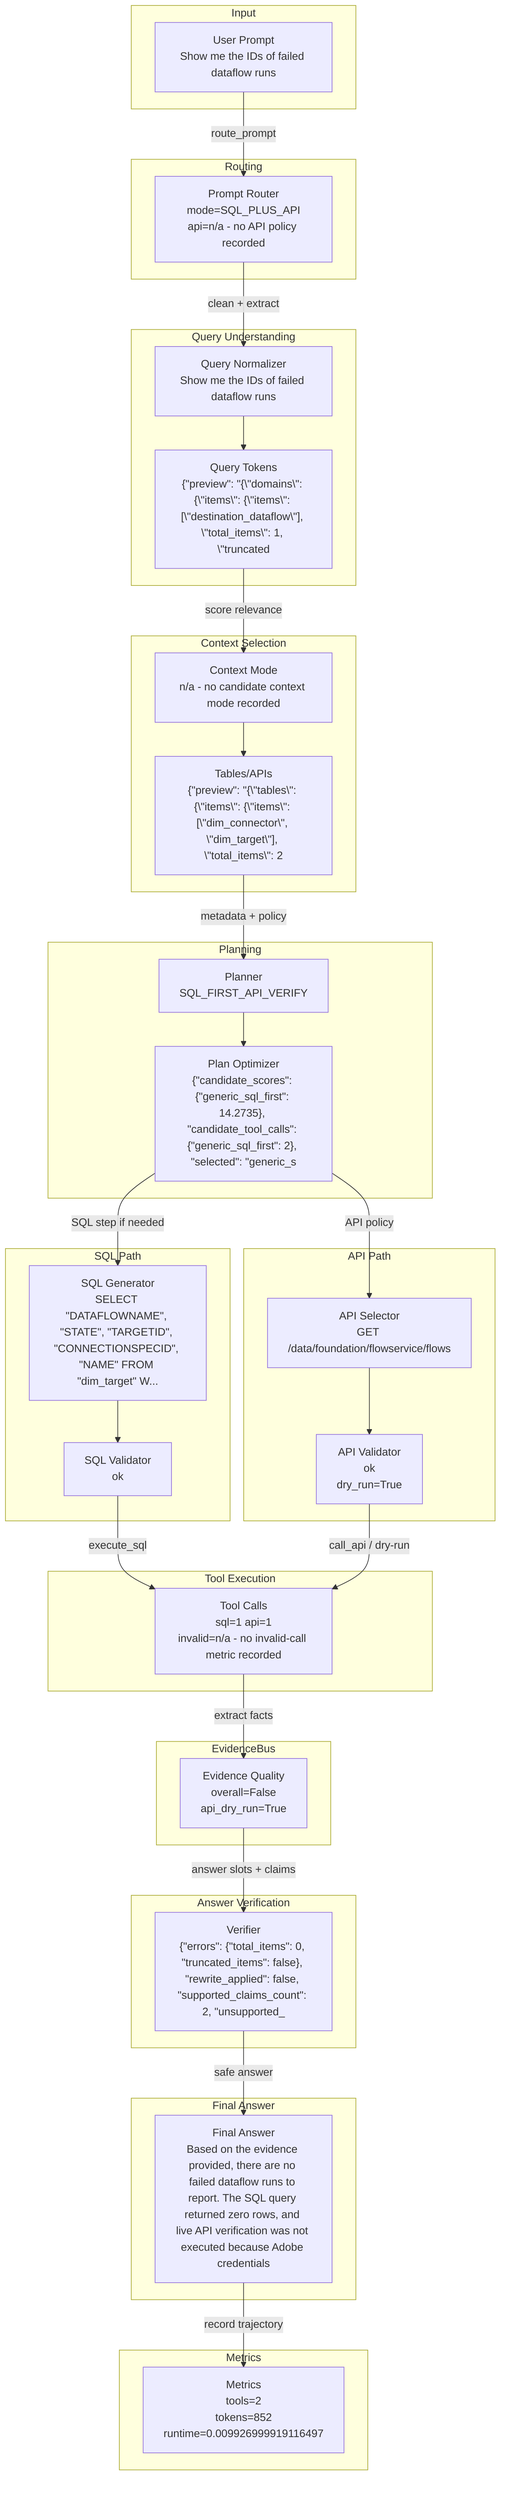
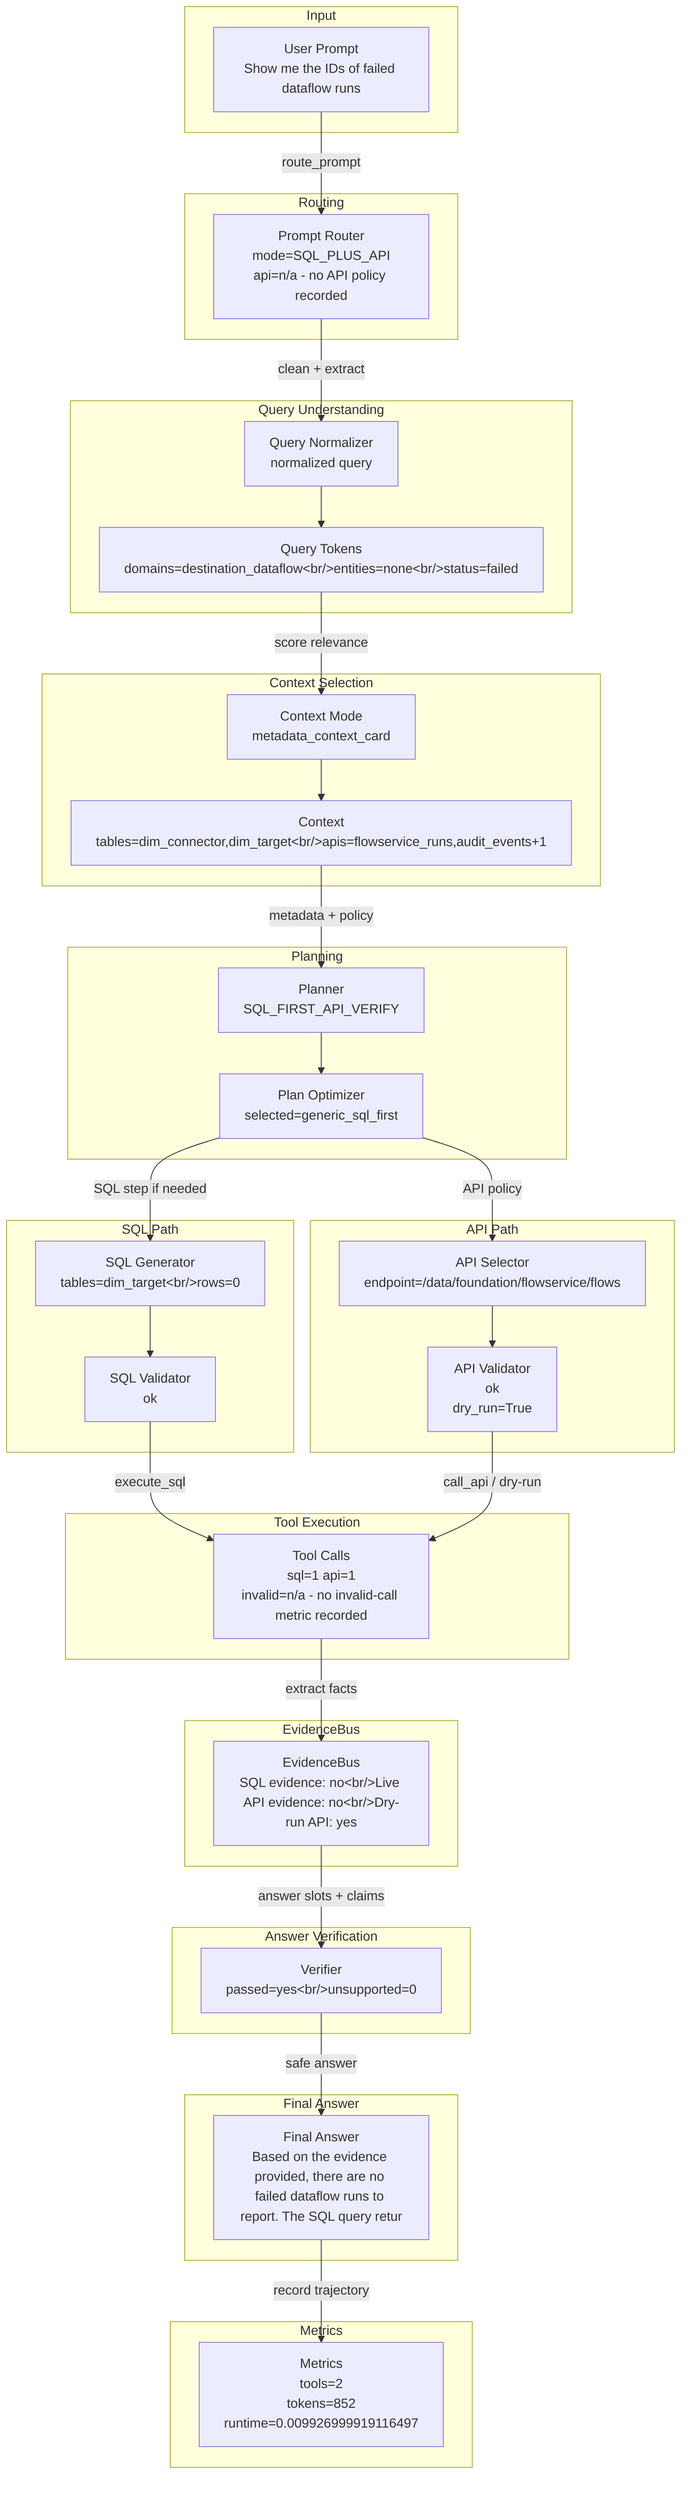
flowchart TD
  subgraph Input
    input_prompt["User Prompt<br/>Show me the IDs of failed dataflow runs"]
  end
  subgraph Routing
    router["Prompt Router<br/>mode=SQL_PLUS_API<br/>api=n/a - no API policy recorded"]
    input_prompt -->|route_prompt| router
  end
  subgraph QueryUnderstanding["Query Understanding"]
-     normalizer["Query Normalizer<br/>Show me the IDs of failed dataflow runs"]
-     tokens["Query Tokens<br/>{&quot;preview&quot;: &quot;{\&quot;domains\&quot;: {\&quot;items\&quot;: {\&quot;items\&quot;: [\&quot;destination_dataflow\&quot;], \&quot;total_items\&quot;: 1, \&quot;truncated"]
+     normalizer["Query Normalizer<br/>normalized query"]
+     tokens["Query Tokens<br/>domains=destination_dataflow&lt;br/&gt;entities=none&lt;br/&gt;status=failed"]
    router -->|clean + extract| normalizer --> tokens
  end
  subgraph ContextSelection["Context Selection"]
-     context["Context Mode<br/>n/a - no candidate context mode recorded"]
-     candidates["Tables/APIs<br/>{&quot;preview&quot;: &quot;{\&quot;tables\&quot;: {\&quot;items\&quot;: {\&quot;items\&quot;: [\&quot;dim_connector\&quot;, \&quot;dim_target\&quot;], \&quot;total_items\&quot;: 2"]
+     context["Context Mode<br/>metadata_context_card"]
+     candidates["Context<br/>tables=dim_connector,dim_target&lt;br/&gt;apis=flowservice_runs,audit_events+1"]
    tokens -->|score relevance| context --> candidates
  end
  subgraph Planning
    planner["Planner<br/>SQL_FIRST_API_VERIFY"]
-     optimizer["Plan Optimizer<br/>{&quot;candidate_scores&quot;: {&quot;generic_sql_first&quot;: 14.2735}, &quot;candidate_tool_calls&quot;: {&quot;generic_sql_first&quot;: 2}, &quot;selected&quot;: &quot;generic_s"]
+     optimizer["Plan Optimizer<br/>selected=generic_sql_first"]
    candidates -->|metadata + policy| planner --> optimizer
  end
  subgraph SQLPath["SQL Path"]
-     sqlgen["SQL Generator<br/>SELECT &quot;DATAFLOWNAME&quot;, &quot;STATE&quot;, &quot;TARGETID&quot;, &quot;CONNECTIONSPECID&quot;, &quot;NAME&quot; FROM &quot;dim_target&quot; W..."]
+     sqlgen["SQL Generator<br/>tables=dim_target&lt;br/&gt;rows=0"]
    sqlval["SQL Validator<br/>ok"]
    optimizer -->|SQL step if needed| sqlgen --> sqlval
  end
  subgraph APIPath["API Path"]
-     apisel["API Selector<br/>GET /data/foundation/flowservice/flows"]
+     apisel["API Selector<br/>endpoint=/data/foundation/flowservice/flows"]
    apival["API Validator<br/>ok<br/>dry_run=True"]
    optimizer -->|API policy| apisel --> apival
  end
  subgraph ToolExecution["Tool Execution"]
    tools["Tool Calls<br/>sql=1 api=1<br/>invalid=n/a - no invalid-call metric recorded"]
    sqlval -->|execute_sql| tools
    apival -->|call_api / dry-run| tools
  end
  subgraph EvidenceBus
-     evidence["Evidence Quality<br/>overall=False<br/>api_dry_run=True"]
+     evidence["EvidenceBus<br/>SQL evidence: no&lt;br/&gt;Live API evidence: no&lt;br/&gt;Dry-run API: yes"]
    tools -->|extract facts| evidence
  end
  subgraph AnswerVerification["Answer Verification"]
-     verifier["Verifier<br/>{&quot;errors&quot;: {&quot;total_items&quot;: 0, &quot;truncated_items&quot;: false}, &quot;rewrite_applied&quot;: false, &quot;supported_claims_count&quot;: 2, &quot;unsupported_"]
+     verifier["Verifier<br/>passed=yes&lt;br/&gt;unsupported=0"]
    evidence -->|answer slots + claims| verifier
  end
  subgraph FinalAnswer["Final Answer"]
-     answer["Final Answer<br/>Based on the evidence provided, there are no failed dataflow runs to report. The SQL query returned zero rows, and live API verification was not executed because Adobe credentials "]
+     answer["Final Answer<br/>Based on the evidence provided, there are no failed dataflow runs to report. The SQL query retur"]
    verifier -->|safe answer| answer
  end
  subgraph Metrics
    metrics["Metrics<br/>tools=2<br/>tokens=852<br/>runtime=0.009926999919116497"]
    answer -->|record trajectory| metrics
  end
